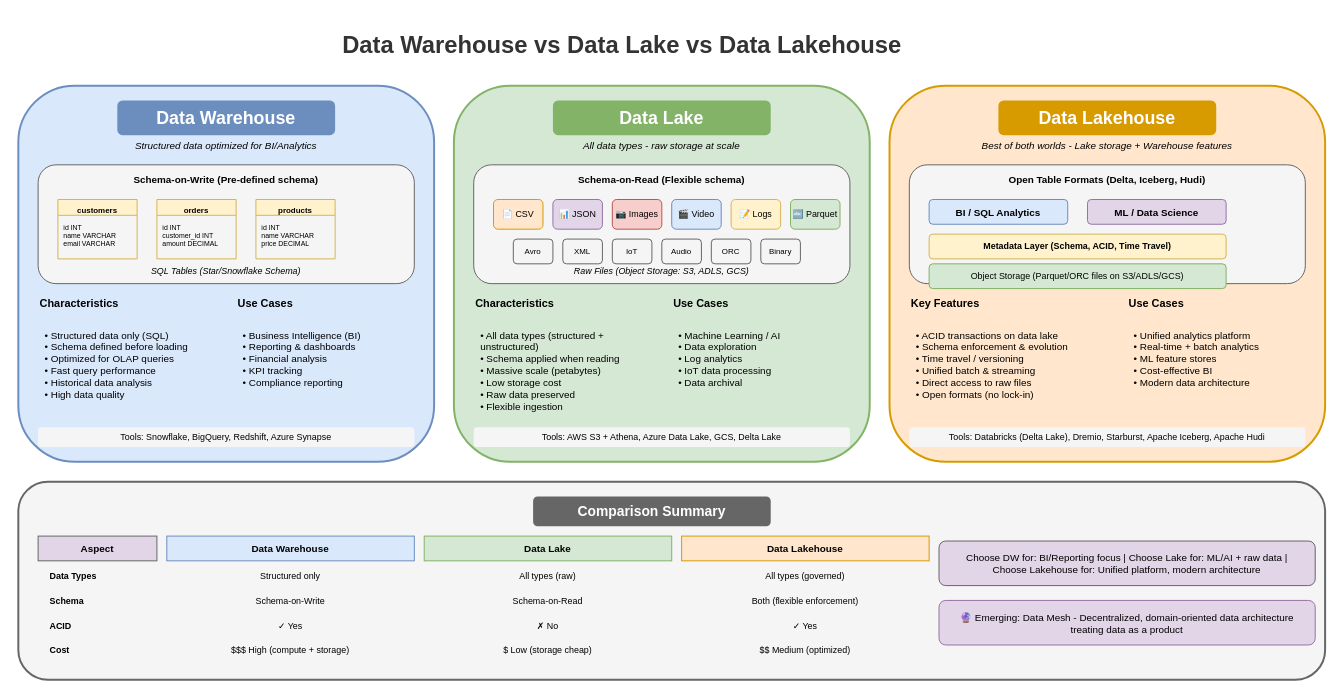
MrParkerZ7/document-lesson-software-architect-x-claude keeps this draw.io diagram as lesson-01-software-design-architecture/diagrams/5.3-data-warehouse-vs-lake.drawio. Above is the earlier version. Source tidied: cells renumbered, new cells numbered last; positions are measured from the earlier drawing's top-left corner, leaving out a move shared by most shapes. Both pictures are drawn from the tidied source at 99%, with x=0, y=0 at pixel (18, 26).
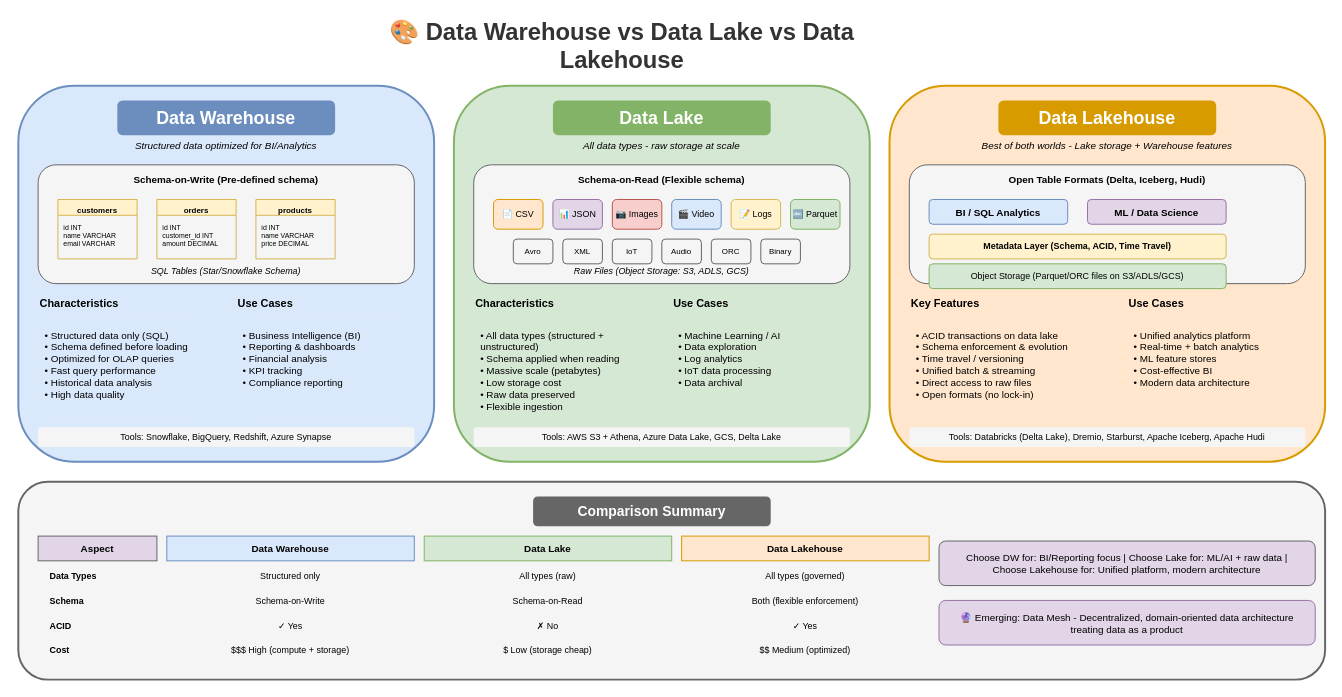
After the change.

What changed in the source:
```diff
@@
-    <mxCell id="2" value="Data Warehouse vs Data Lake vs Data Lakehouse" style="text;html=1;strokeColor=none;fillColor=none;align=center;verticalAlign=middle;whiteSpace=wrap;rounded=0;fontSize=24;fontStyle=1;fontColor=#333333;" parent="1" vertex="1">
+    <mxCell id="2" value="🎨 Data Warehouse vs Data Lake vs Data Lakehouse" style="text;html=1;strokeColor=none;fillColor=none;align=center;verticalAlign=middle;whiteSpace=wrap;rounded=0;fontSize=24;fontStyle=1;fontColor=#333333;" parent="1" vertex="1">
       <mxGeometry x="310" width="600" height="40" as="geometry" />
     </mxCell>
```
